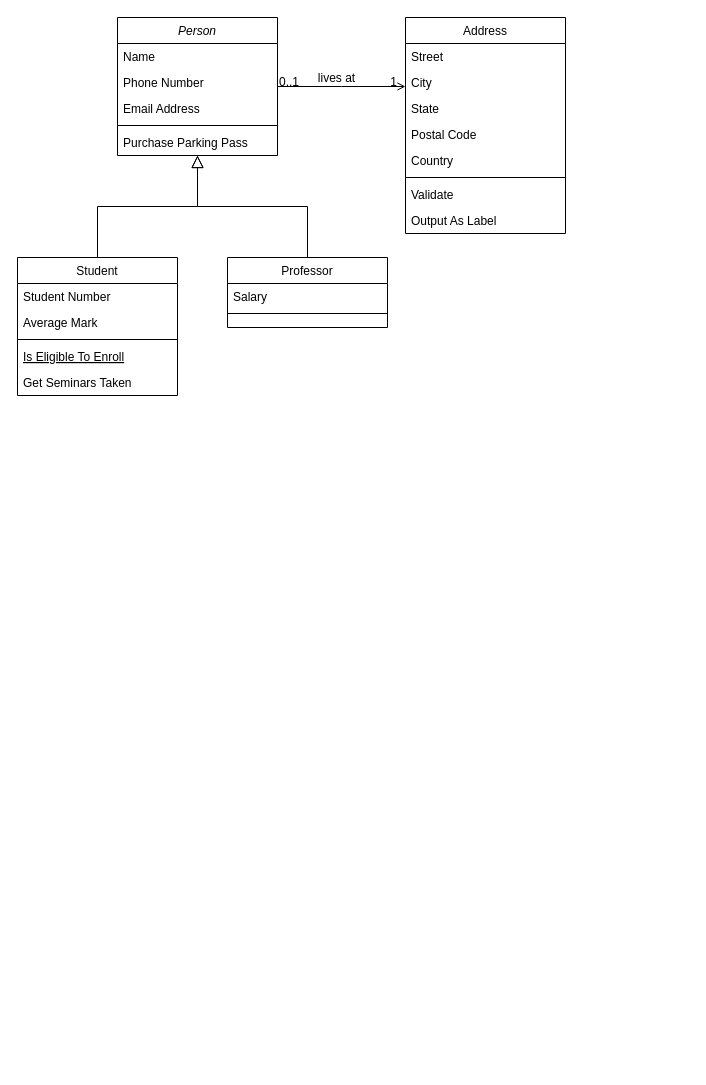
Earlier version of the draw.io diagram page "CAJERO" (3 of 4) of UML.drawio (BROC95/JJB_sw). Source tidied: cells renumbered, new cells numbered last; positions are measured from the earlier drawing's top-left corner, leaving out a move shared by most shapes. Both pictures are drawn from the tidied source at 100%, with x=0, y=0 at pixel (17, 17).
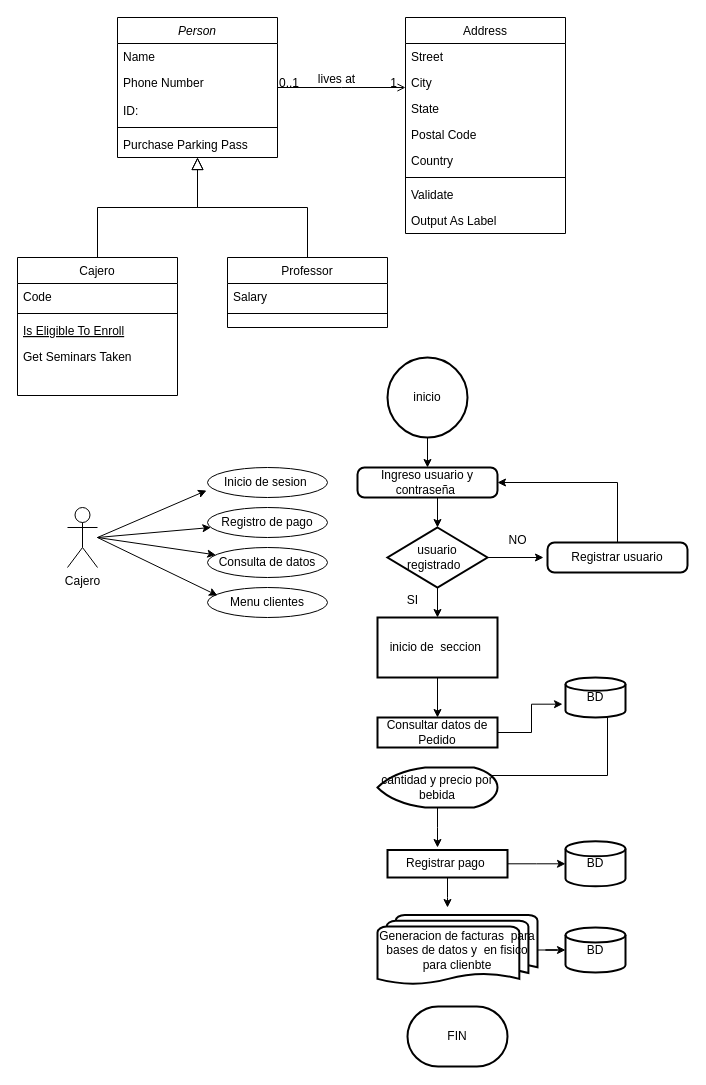
The same page after the edit.

The edit, as a diff of the source:
```diff
@@
     <mxCell id="2" value="Person" style="swimlane;fontStyle=2;align=center;verticalAlign=top;horizontal=1;startSize=26;rounded=0;shadow=0;strokeWidth=1;" parent="1" vertex="1">
-      <mxGeometry x="100" width="160" height="138" as="geometry" />
+      <mxGeometry x="100" width="160" height="140" as="geometry" />
     </mxCell>
@@
     <mxCell id="4" value="Phone Number" style="text;align=left;verticalAlign=top;spacingLeft=4;spacingRight=4;overflow=hidden;rounded=0;shadow=0;html=0;" parent="2" vertex="1">
-      <mxGeometry y="52" width="160" height="26" as="geometry" />
+      <mxGeometry y="52" width="160" height="28" as="geometry" />
     </mxCell>
-    <mxCell id="5" value="Email Address" style="text;align=left;verticalAlign=top;spacingLeft=4;spacingRight=4;overflow=hidden;rounded=0;shadow=0;html=0;" parent="2" vertex="1">
-      <mxGeometry y="78" width="160" height="26" as="geometry" />
+    <mxCell id="5" value="ID:" style="text;align=left;verticalAlign=top;spacingLeft=4;spacingRight=4;overflow=hidden;rounded=0;shadow=0;html=0;" parent="2" vertex="1">
+      <mxGeometry y="80" width="160" height="26" as="geometry" />
     </mxCell>
     <mxCell id="6" style="line;html=1;strokeWidth=1;align=left;verticalAlign=middle;spacingTop=-1;spacingLeft=3;spacingRight=3;labelPosition=right;" parent="2" vertex="1">
-      <mxGeometry y="104" width="160" height="8" as="geometry" />
+      <mxGeometry y="106" width="160" height="8" as="geometry" />
     </mxCell>
     <mxCell id="7" value="Purchase Parking Pass" style="text;align=left;verticalAlign=top;spacingLeft=4;spacingRight=4;overflow=hidden;" parent="2" vertex="1">
-      <mxGeometry y="112" width="160" height="26" as="geometry" />
+      <mxGeometry y="114" width="160" height="26" as="geometry" />
     </mxCell>
-    <mxCell id="8" value="Student" style="swimlane;fontStyle=0;align=center;verticalAlign=top;horizontal=1;startSize=26;rounded=0;shadow=0;strokeWidth=1;" parent="1" vertex="1">
+    <mxCell id="8" value="Cajero" style="swimlane;fontStyle=0;align=center;verticalAlign=top;horizontal=1;startSize=26;rounded=0;shadow=0;strokeWidth=1;" parent="1" vertex="1">
       <mxGeometry y="240" width="160" height="138" as="geometry" />
     </mxCell>
-    <mxCell id="9" value="Student Number" style="text;align=left;verticalAlign=top;spacingLeft=4;spacingRight=4;overflow=hidden;" parent="8" vertex="1">
+    <mxCell id="9" value="Code " style="text;align=left;verticalAlign=top;spacingLeft=4;spacingRight=4;overflow=hidden;" parent="8" vertex="1">
       <mxGeometry y="26" width="160" height="26" as="geometry" />
     </mxCell>
-    <mxCell id="10" value="Average Mark" style="text;align=left;verticalAlign=top;spacingLeft=4;spacingRight=4;overflow=hidden;rounded=0;shadow=0;html=0;" parent="8" vertex="1">
-      <mxGeometry y="52" width="160" height="26" as="geometry" />
-    </mxCell>
     <mxCell id="11" style="line;html=1;strokeWidth=1;align=left;verticalAlign=middle;spacingTop=-1;spacingLeft=3;spacingRight=3;labelPosition=right;" parent="8" vertex="1">
-      <mxGeometry y="78" width="160" height="8" as="geometry" />
+      <mxGeometry y="52" width="160" height="8" as="geometry" />
     </mxCell>
     <mxCell id="12" value="Is Eligible To Enroll" style="text;align=left;verticalAlign=top;spacingLeft=4;spacingRight=4;overflow=hidden;fontStyle=4;" parent="8" vertex="1">
-      <mxGeometry y="86" width="160" height="26" as="geometry" />
+      <mxGeometry y="60" width="160" height="26" as="geometry" />
     </mxCell>
     <mxCell id="13" value="Get Seminars Taken" style="text;align=left;verticalAlign=top;spacingLeft=4;spacingRight=4;overflow=hidden;" parent="8" vertex="1">
-      <mxGeometry y="112" width="160" height="26" as="geometry" />
+      <mxGeometry y="86" width="160" height="26" as="geometry" />
     </mxCell>
@@
+    <mxCell id="32" value="Cajero" style="shape=umlActor;verticalLabelPosition=bottom;verticalAlign=top;html=1;" parent="1" vertex="1">
+      <mxGeometry x="50" y="490" width="30" height="60" as="geometry" />
+    </mxCell>
+    <mxCell id="33" value="Inicio de sesion&amp;nbsp;" style="ellipse;whiteSpace=wrap;html=1;" parent="1" vertex="1">
+      <mxGeometry x="190" y="450" width="120" height="30" as="geometry" />
+    </mxCell>
+    <mxCell id="34" value="Registro de pago" style="ellipse;whiteSpace=wrap;html=1;" parent="1" vertex="1">
+      <mxGeometry x="190" y="490" width="120" height="30" as="geometry" />
+    </mxCell>
+    <mxCell id="35" value="Consulta de datos" style="ellipse;whiteSpace=wrap;html=1;" parent="1" vertex="1">
+      <mxGeometry x="190" y="530" width="120" height="30" as="geometry" />
+    </mxCell>
+    <mxCell id="36" value="Menu clientes" style="ellipse;whiteSpace=wrap;html=1;" parent="1" vertex="1">
+      <mxGeometry x="190" y="570" width="120" height="30" as="geometry" />
+    </mxCell>
+    <mxCell id="37" style="edgeStyle=orthogonalEdgeStyle;rounded=0;orthogonalLoop=1;jettySize=auto;html=1;exitX=0.5;exitY=1;exitDx=0;exitDy=0;" parent="1" edge="1" source="35" target="35">
+      <mxGeometry relative="1" as="geometry" />
+    </mxCell>
+    <mxCell id="38" style="endArrow=classic;html=1;rounded=0;entryX=-0.008;entryY=0.767;entryDx=0;entryDy=0;entryPerimeter=0;" parent="1" edge="1" target="33">
+      <mxGeometry relative="1" as="geometry">
+        <mxPoint x="80" y="520" as="sourcePoint" />
+      </mxGeometry>
+    </mxCell>
+    <mxCell id="39" style="endArrow=classic;html=1;rounded=0;" parent="1" edge="1" target="34">
+      <mxGeometry relative="1" as="geometry">
+        <mxPoint x="80" y="520" as="sourcePoint" />
+      </mxGeometry>
+    </mxCell>
+    <mxCell id="40" style="endArrow=classic;html=1;rounded=0;" parent="1" edge="1" target="35">
+      <mxGeometry relative="1" as="geometry">
+        <mxPoint x="80" y="520" as="sourcePoint" />
+      </mxGeometry>
+    </mxCell>
+    <mxCell id="41" style="endArrow=classic;html=1;rounded=0;entryX=0.083;entryY=0.267;entryDx=0;entryDy=0;entryPerimeter=0;" parent="1" edge="1" target="36">
+      <mxGeometry relative="1" as="geometry">
+        <mxPoint x="80" y="520" as="sourcePoint" />
+      </mxGeometry>
+    </mxCell>
+    <mxCell id="42" style="edgeStyle=orthogonalEdgeStyle;rounded=0;jettySize=auto;html=1;entryX=0.5;entryY=0;entryDx=0;entryDy=0;" parent="1" edge="1" source="43" target="44">
+      <mxGeometry relative="1" as="geometry" />
+    </mxCell>
+    <mxCell id="43" value="inicio" style="strokeWidth=2;html=1;shape=mxgraph.flowchart.start_2;whiteSpace=wrap;" parent="1" vertex="1">
+      <mxGeometry x="370" y="340" width="80" height="80" as="geometry" />
+    </mxCell>
+    <mxCell id="44" value="Ingreso usuario y contraseña&amp;nbsp;" style="rounded=1;whiteSpace=wrap;html=1;absoluteArcSize=1;arcSize=14;strokeWidth=2;" parent="1" vertex="1">
+      <mxGeometry x="340" y="450" width="140" height="30" as="geometry" />
+    </mxCell>
+    <mxCell id="45" style="edgeStyle=orthogonalEdgeStyle;rounded=0;jettySize=auto;html=1;entryX=0.5;entryY=0;entryDx=0;entryDy=0;" parent="1" edge="1" source="47" target="50">
+      <mxGeometry relative="1" as="geometry" />
+    </mxCell>
+    <mxCell id="46" style="edgeStyle=orthogonalEdgeStyle;rounded=0;orthogonalLoop=1;jettySize=auto;html=1;" parent="1" edge="1">
+      <mxGeometry relative="1" as="geometry">
+        <mxPoint x="456" y="540" as="sourcePoint" />
+        <mxPoint x="526" y="540" as="targetPoint" />
+      </mxGeometry>
+    </mxCell>
+    <mxCell id="47" value="usuario registrado&amp;nbsp;&amp;nbsp;" style="strokeWidth=2;html=1;shape=mxgraph.flowchart.decision;whiteSpace=wrap;" parent="1" vertex="1">
+      <mxGeometry x="370" y="510" width="100" height="60" as="geometry" />
+    </mxCell>
+    <mxCell id="48" style="edgeStyle=orthogonalEdgeStyle;rounded=0;jettySize=auto;html=1;exitX=0.5;exitY=0;exitDx=0;exitDy=0;" parent="1" edge="1" source="50">
+      <mxGeometry relative="1" as="geometry">
+        <mxPoint x="420" y="600" as="targetPoint" />
+      </mxGeometry>
+    </mxCell>
+    <mxCell id="49" style="edgeStyle=orthogonalEdgeStyle;rounded=0;jettySize=auto;html=1;entryX=0.5;entryY=0;entryDx=0;entryDy=0;" parent="1" edge="1" source="50" target="57">
+      <mxGeometry relative="1" as="geometry" />
+    </mxCell>
+    <mxCell id="50" value="inicio de&amp;nbsp; seccion&amp;nbsp;" style="whiteSpace=wrap;html=1;strokeWidth=2;" parent="1" vertex="1">
+      <mxGeometry x="360" y="600" width="120" height="60" as="geometry" />
+    </mxCell>
+    <mxCell id="51" style="edgeStyle=orthogonalEdgeStyle;rounded=0;jettySize=auto;html=1;exitX=0.5;exitY=1;exitDx=0;exitDy=0;entryX=0.5;entryY=0;entryDx=0;entryDy=0;entryPerimeter=0;" parent="1" edge="1" source="44" target="47">
+      <mxGeometry relative="1" as="geometry" />
+    </mxCell>
+    <mxCell id="52" value="NO" style="text;html=1;align=center;verticalAlign=middle;strokeColor=none;fillColor=none;" parent="1" vertex="1">
+      <mxGeometry x="480" y="508" width="40" height="30" as="geometry" />
+    </mxCell>
+    <mxCell id="53" value="SI" style="text;html=1;align=center;verticalAlign=middle;strokeColor=none;fillColor=none;" parent="1" vertex="1">
+      <mxGeometry x="380" y="568" width="30" height="30" as="geometry" />
+    </mxCell>
+    <mxCell id="54" style="edgeStyle=orthogonalEdgeStyle;rounded=0;jettySize=auto;html=1;entryX=1;entryY=0.5;entryDx=0;entryDy=0;" parent="1" edge="1" source="55" target="44">
+      <mxGeometry relative="1" as="geometry">
+        <Array as="points">
+          <mxPoint x="600" y="465" />
+        </Array>
+      </mxGeometry>
+    </mxCell>
+    <mxCell id="55" value="Registrar usuario" style="rounded=1;whiteSpace=wrap;html=1;absoluteArcSize=1;arcSize=14;strokeWidth=2;" parent="1" vertex="1">
+      <mxGeometry x="530" y="525" width="140" height="30" as="geometry" />
+    </mxCell>
+    <mxCell id="56" style="edgeStyle=orthogonalEdgeStyle;rounded=0;jettySize=auto;html=1;entryX=-0.05;entryY=0.667;entryDx=0;entryDy=0;entryPerimeter=0;" parent="1" edge="1" source="57" target="59">
+      <mxGeometry relative="1" as="geometry" />
+    </mxCell>
+    <mxCell id="57" value="Consultar datos de Pedido" style="whiteSpace=wrap;html=1;strokeWidth=2;" parent="1" vertex="1">
+      <mxGeometry x="360" y="700" width="120" height="30" as="geometry" />
+    </mxCell>
+    <mxCell id="58" style="edgeStyle=orthogonalEdgeStyle;rounded=0;jettySize=auto;html=1;entryX=0.92;entryY=0.14;entryDx=0;entryDy=0;entryPerimeter=0;" parent="1" edge="1" source="59" target="63">
+      <mxGeometry relative="1" as="geometry">
+        <Array as="points">
+          <mxPoint x="590" y="758" />
+        </Array>
+      </mxGeometry>
+    </mxCell>
+    <mxCell id="59" value="BD" style="strokeWidth=2;html=1;shape=mxgraph.flowchart.database;whiteSpace=wrap;" parent="1" vertex="1">
+      <mxGeometry x="548" y="660" width="60" height="40" as="geometry" />
+    </mxCell>
+    <mxCell id="60" value="Registrar pago&amp;nbsp;" style="whiteSpace=wrap;html=1;strokeWidth=2;" parent="1" vertex="1">
+      <mxGeometry x="370" y="832.5" width="120" height="27.5" as="geometry" />
+    </mxCell>
+    <mxCell id="61" value="BD" style="strokeWidth=2;html=1;shape=mxgraph.flowchart.database;whiteSpace=wrap;" parent="1" vertex="1">
+      <mxGeometry x="548" y="823.8" width="60" height="45" as="geometry" />
+    </mxCell>
+    <mxCell id="62" style="edgeStyle=orthogonalEdgeStyle;rounded=0;jettySize=auto;html=1;" parent="1" edge="1" source="63">
+      <mxGeometry relative="1" as="geometry">
+        <mxPoint x="420" y="830" as="targetPoint" />
+      </mxGeometry>
+    </mxCell>
+    <mxCell id="63" value="cantidad y precio por bebida" style="strokeWidth=2;html=1;shape=mxgraph.flowchart.display;whiteSpace=wrap;" parent="1" vertex="1">
+      <mxGeometry x="360" y="750" width="120" height="40" as="geometry" />
+    </mxCell>
+    <mxCell id="64" style="edgeStyle=orthogonalEdgeStyle;rounded=0;jettySize=auto;html=1;entryX=0;entryY=0.5;entryDx=0;entryDy=0;entryPerimeter=0;" parent="1" edge="1" source="60" target="61">
+      <mxGeometry relative="1" as="geometry" />
+    </mxCell>
+    <mxCell id="65" style="edgeStyle=orthogonalEdgeStyle;rounded=0;jettySize=auto;html=1;entryX=0.5;entryY=0;entryDx=0;entryDy=0;entryPerimeter=0;" parent="1" edge="1" source="60">
+      <mxGeometry relative="1" as="geometry">
+        <mxPoint x="430" y="890" as="targetPoint" />
+      </mxGeometry>
+    </mxCell>
+    <mxCell id="66" style="edgeStyle=orthogonalEdgeStyle;rounded=0;jettySize=auto;html=1;" parent="1" edge="1" source="67" target="68">
+      <mxGeometry relative="1" as="geometry" />
+    </mxCell>
+    <mxCell id="67" value="Generacion de facturas&amp;nbsp; para bases de datos y&amp;nbsp; en fisico para clienbte" style="strokeWidth=2;html=1;shape=mxgraph.flowchart.multi-document;whiteSpace=wrap;" parent="1" vertex="1">
+      <mxGeometry x="360" y="897.5" width="160" height="70" as="geometry" />
+    </mxCell>
+    <mxCell id="68" value="BD" style="strokeWidth=2;html=1;shape=mxgraph.flowchart.database;whiteSpace=wrap;" parent="1" vertex="1">
+      <mxGeometry x="548" y="910" width="60" height="45" as="geometry" />
+    </mxCell>
+    <mxCell id="69" value="FIN" style="strokeWidth=2;html=1;shape=mxgraph.flowchart.terminator;whiteSpace=wrap;" parent="1" vertex="1">
+      <mxGeometry x="390" y="989" width="100" height="60" as="geometry" />
+    </mxCell>
```
